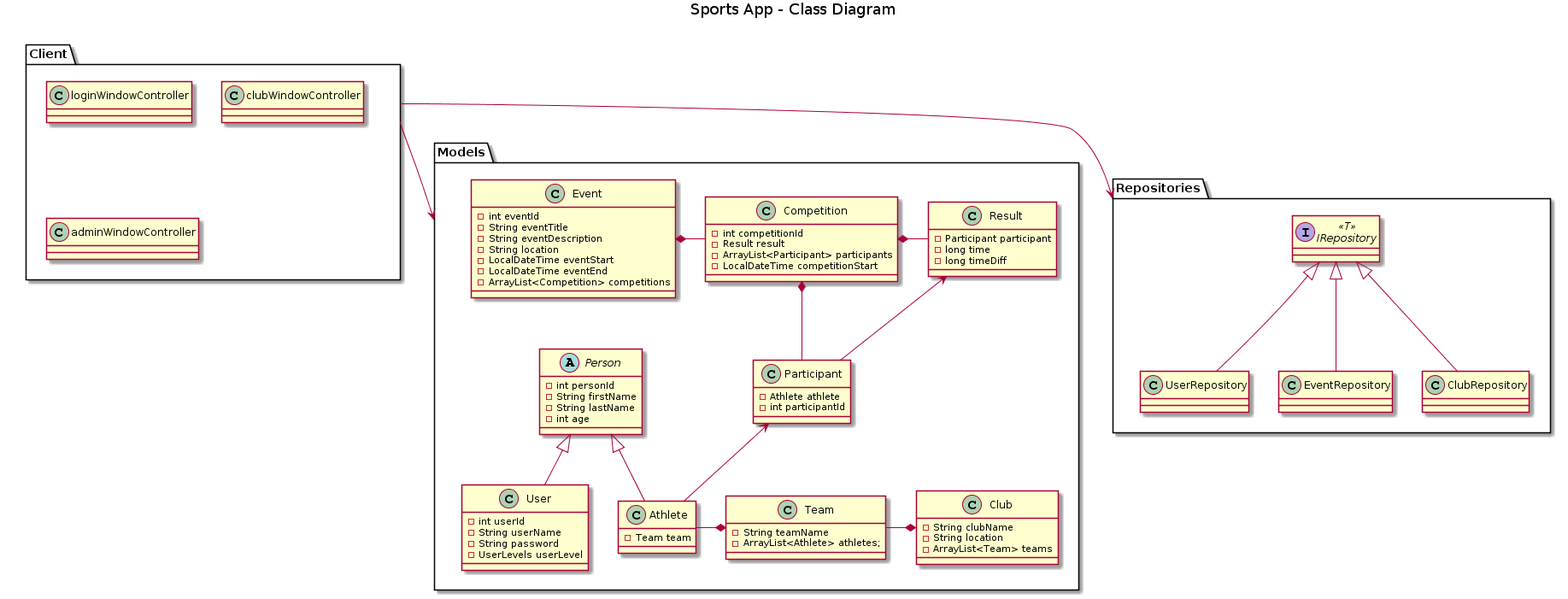
Above: diagrams/class/class-uml.png in skarning/software-engineering-gr14-project (PlantUML), before the change. Its diagram source:
```plantuml
@startuml
top to bottom direction
title Sports App - Class Diagram
package Models {
    class Event {
        -int eventId
        -String eventTitle
        -String eventDescription
        -String location
        -LocalDateTime eventStart
        -LocalDateTime eventEnd
        -ArrayList<Competition> competitions
    }

    class Competition {
        -int competitionId
        -Result result
        -ArrayList<Participant> participants
        -LocalDateTime competitionStart
    }

    abstract class Person {
        -int personId
        -String firstName
        -String lastName
        -int age
    }

    class Athlete {
        -Team team
    }

    class User {
        -int userId
        -String userName
        -String password
        -UserLevels userLevel
    }

    class Participant {
        -Athlete athlete
        -int participantId
    }

    class Team {
        -String teamName
        -ArrayList<Athlete> athletes;
    }

    class Club {
        -String clubName
        -String location
        -ArrayList<Team> teams
    }

    class Result {
        -Participant participant
        -long time
        -long timeDiff
    }

    Event *-right- Competition
    Competition *-down- Participant
    Person <|-down- Athlete
    Person <|-down- User
    Participant <-- Athlete
    Team *-left- Athlete
    Club *-left- Team
    Competition *-right- Result
    Result <-- Participant
}

package Repositories {
    interface IRepository<<T>> {

    }

    class UserRepository {

    }

    class EventRepository {

    }

    class ClubRepository {

    }

    IRepository <|-down- UserRepository
    IRepository <|-down- EventRepository
    IRepository <|-down- ClubRepository
}

package Client {
    class loginWindowController {
    }

    class clubWindowController {
    }

    class adminWindowController {
    }

}

Client --> Models
Client--> Repositories
@enduml
```
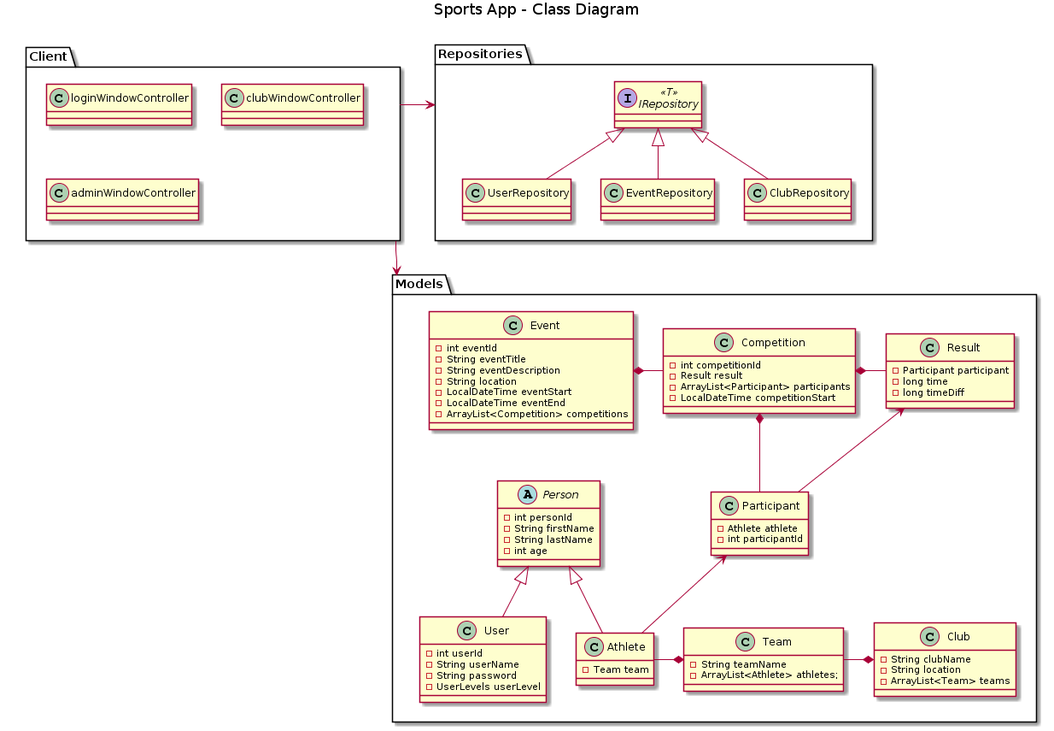
Above is the later version.

Commit message:
Move packages in class diagram to better fill an a4 page

Diff of the diagram source:
```diff
@@ -1,5 +1,4 @@
 @startuml
-top to bottom direction
 title Sports App - Class Diagram
 package Models {
     class Event {
@@ -104,6 +103,6 @@
 
 }
 
-Client --> Models
-Client--> Repositories
+Client ---> Models
+Client -> Repositories
 @enduml
```
